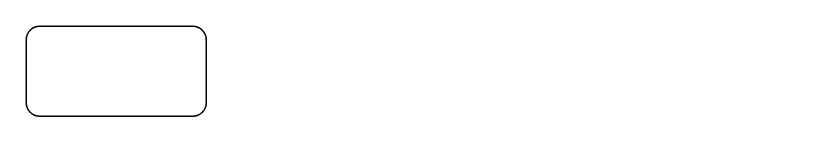
Earlier version of the draw.io diagram drain.drawio (NithishK2002/Test). Source tidied: cells renumbered, new cells numbered last; positions are measured from the earlier drawing's top-left corner, leaving out a move shared by most shapes. Both pictures are drawn from the tidied source at 150%, with x=0, y=0 at pixel (26, 26).
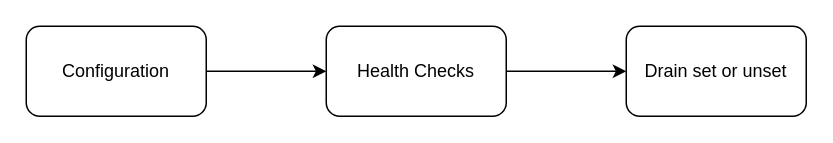
The same diagram, later.

Diff of the diagram source:
```diff
@@
 <mxGraphModel>
   <root>
     <mxCell id="0" />
     <mxCell id="1" parent="0" />
+    <mxCell id="3" style="edgeStyle=orthogonalEdgeStyle;rounded=0;jettySize=auto;html=1;exitX=1;exitY=0.5;exitDx=0;exitDy=0;entryX=0;entryY=0.5;entryDx=0;entryDy=0;" parent="1" edge="1" source="2" target="5">
+      <mxGeometry relative="1" as="geometry" />
+    </mxCell>
-    <mxCell id="2" style="rounded=1;whiteSpace=wrap;html=1;" parent="1" vertex="1">
+    <mxCell id="2" value="Configuration" style="rounded=1;whiteSpace=wrap;html=1;" parent="1" vertex="1">
       <mxGeometry width="120" height="60" as="geometry" />
     </mxCell>
+    <mxCell id="4" style="edgeStyle=orthogonalEdgeStyle;rounded=0;jettySize=auto;html=1;exitX=1;exitY=0.5;exitDx=0;exitDy=0;entryX=0;entryY=0.5;entryDx=0;entryDy=0;" parent="1" edge="1" source="5" target="6">
+      <mxGeometry relative="1" as="geometry" />
+    </mxCell>
+    <mxCell id="5" value="Health Checks" style="rounded=1;whiteSpace=wrap;html=1;" parent="1" vertex="1">
+      <mxGeometry x="200" width="120" height="60" as="geometry" />
+    </mxCell>
+    <mxCell id="6" value="Drain set or unset" style="rounded=1;whiteSpace=wrap;html=1;" parent="1" vertex="1">
+      <mxGeometry x="400" width="120" height="60" as="geometry" />
+    </mxCell>
   </root>
 </mxGraphModel>
```
